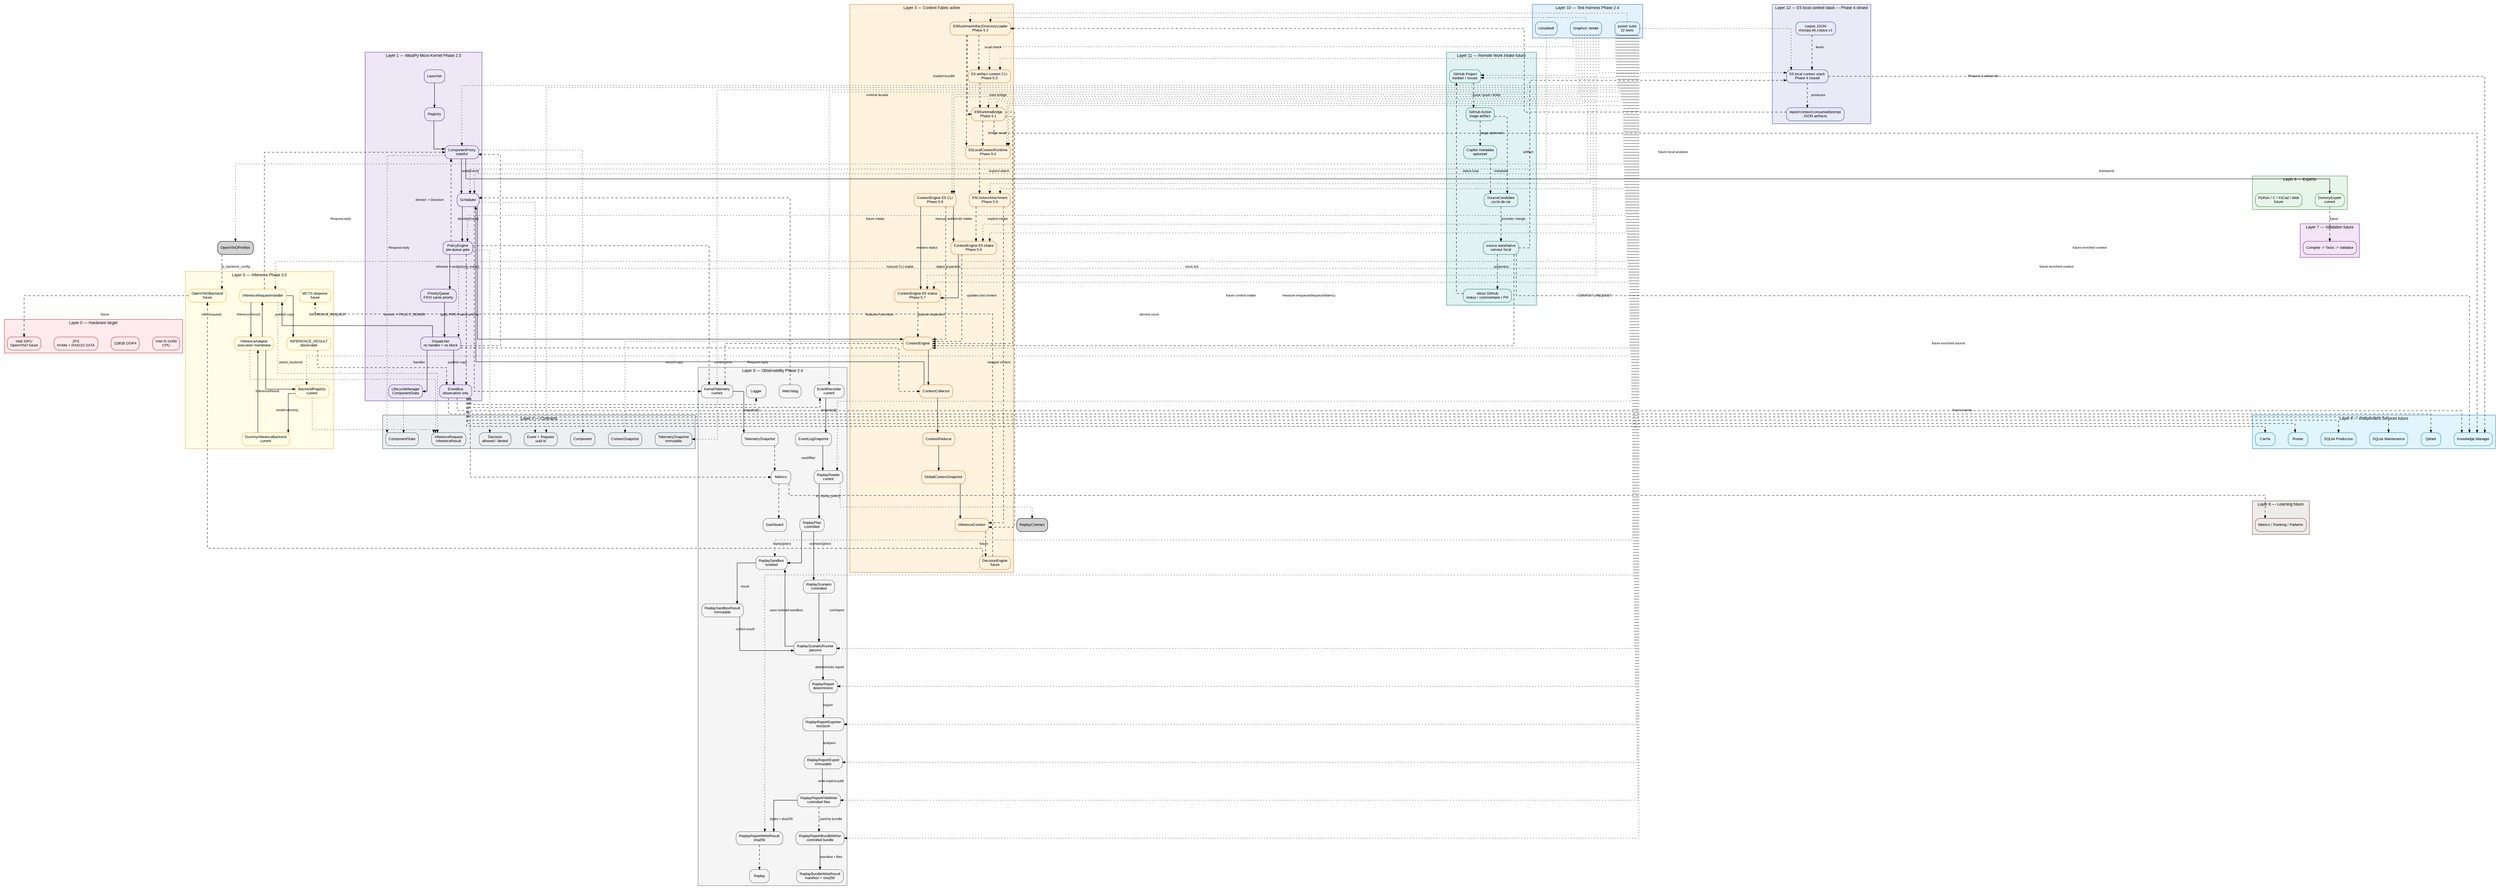
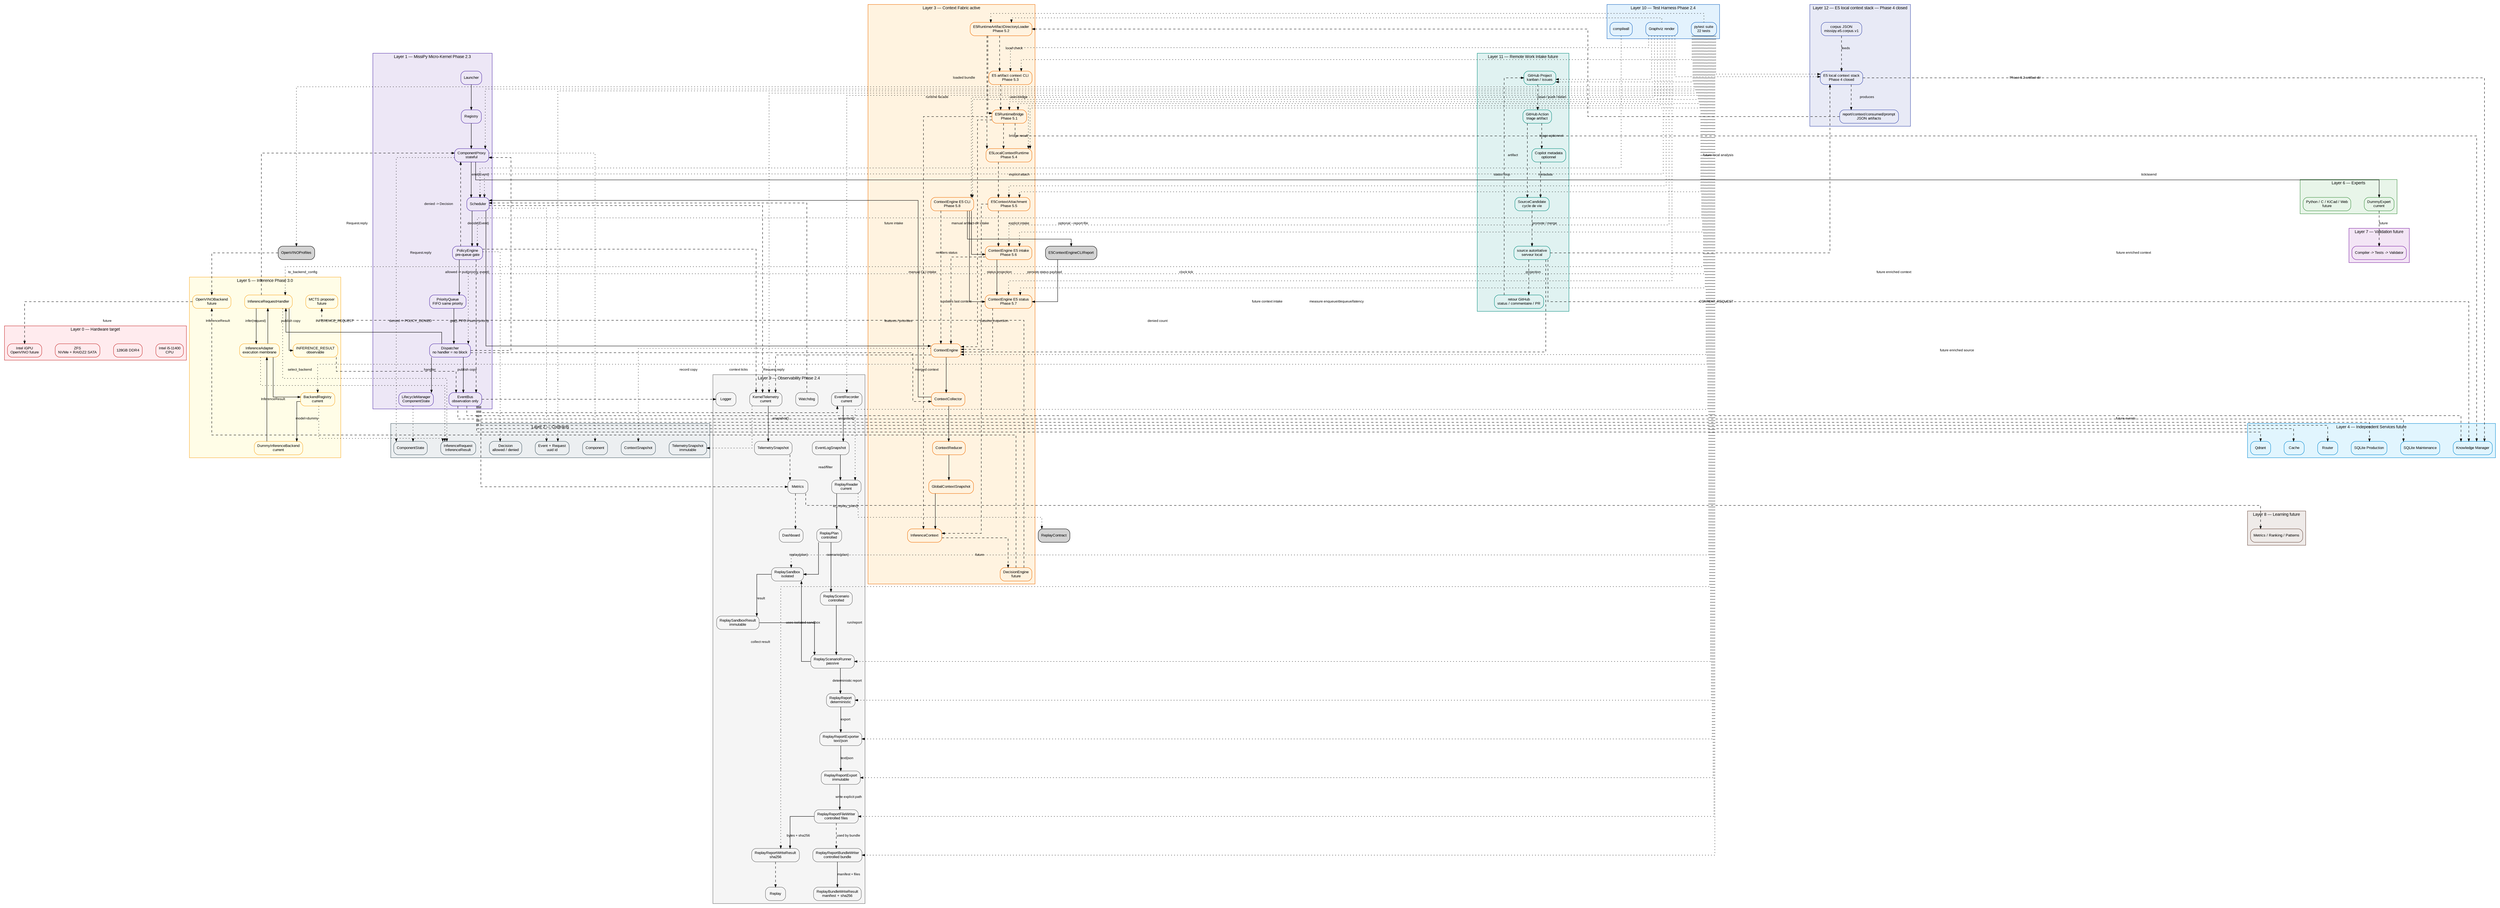
digraph Global {
    // ROADMAP_ID: global

    rankdir=TB;

    // ROADMAP_NOTE[phase2_5]:
    // BackendRegistry est ajouté au layer inference pour préparer
    // l’enregistrement explicite d’OpenVINO sans modifier le Scheduler.

    // ROADMAP_NOTE[phase3_0]:
    // OpenVINOModelProfileRegistry est ajouté pour décrire un ou plusieurs
    // modèles OpenVINO possibles avant de créer les backends exécutables.
    compound=true;
    splines=ortho;
    nodesep=0.5;
    ranksep=0.8;

    graph [fontname="Arial", fontsize=11];
    node [shape=box, style="rounded,filled", fontname="Arial", fontsize=10];
    edge [fontname="Arial", fontsize=9, arrowsize=0.7];

    // ROADMAP_NOTE[phase2_4]:
// ReplayReportBundleWriter ajoute un dossier de replay contrôlé :
// report.txt, report.json et manifest.json avec sha256. La roadmap DOT
// est aussi vérifiée par tests/docs/test_dot_links.py afin que les liens
// descente/remontée pointent vers des sources DOT existantes.
    // Le Layer 9 ajoute ReplayReportFileWriter après ReplayReportExport.
    // Cette étape persiste les exports texte/JSON vers chemins explicites.
    // Aucun répertoire n'est créé ni aucun fichier écrasé sans demande explicite.
    // Le writer reste passif et ne commande jamais le Scheduler vivant.


    // ROADMAP_NOTE[phase4_18_r2]:
    // GitHub Project Orchestrator est visible dans l'architecture globale.
    // Cette couche reste future et documentaire : pas d'API GitHub, pas de token,
    // pas de polling réseau et pas de dépendance Copilot dans le coeur.

    // ROADMAP_NOTE[phase4_19]:
    // La Phase 4 se clôt par un audit du moteur local E5 : corpus, recherche,
    // diagnostics, gates, rapports, contexte, consommation et prompt packet.
    // Le stack E5 reste hors Scheduler, hors Qdrant et hors backend de réponse.

    // ROADMAP_NOTE[phase4_20]:
    // Phase 4 clôturée : le moteur local E5 produit des artefacts déterministes
    // de recherche, contexte consommé et prompt packet. La Phase 5 peut brancher
    // ce socle au serveur local ou au Context Engine sans changer ces frontières.

    // ROADMAP_NOTE[phase5_2]:
    // E5RuntimeArtifactDirectoryLoader ajoute la bordure IO locale pour lire un
    // artifact-dir Phase 4 et réutiliser le pont pur E5RuntimeBridge. Aucun daemon,
    // réseau, Scheduler vivant, Qdrant ou LLM n'est introduit.


    // ROADMAP_NOTE[phase5_4]:
    // E5LocalContextRuntime ajoute une façade runtime locale stable au-dessus
    // du loader 5.2 et du bridge 5.1. Elle retourne un statut typé et un
    // InferenceContext sans CLI, daemon, réseau, Scheduler vivant, Qdrant ou LLM.

    // ROADMAP_NOTE[phase5_5]:
    // E5ContextAttachment fusionne explicitement un résultat runtime E5 local
    // avec un InferenceContext existant. Cette étape prépare l'intake futur du
    // ContextEngine sans lancer Scheduler, daemon, réseau, Qdrant ou LLM.

    // ROADMAP_NOTE[phase5_6]:
    // ContextEngine reçoit une entrée E5 explicite : artifact-dir ou runtime result
    // -> attachement -> last_inference_context. Aucun autoload, aucun Scheduler
    // vivant, aucun daemon, réseau, Qdrant ou LLM n'est introduit.

    // ROADMAP_NOTE[phase5_7]:
    // E5ContextEngineStatus ajoute une projection passive et sérialisable
    // de l'état E5 attaché au ContextEngine. Elle ne lit aucun fichier,
    // ne mute aucun contexte et ne déclenche aucun Scheduler/backend.

    // ROADMAP_NOTE[phase5_8]:
    // E5ContextEngineCLI ajoute une bordure manuelle : artifact-dir ->
    // ContextEngine.attach_e5_artifact_dir() -> E5ContextEngineStatus. Elle
    // ne lance aucun Scheduler vivant, daemon, réseau, Qdrant ou LLM.
+ 
+ 
+     // ROADMAP_NOTE[phase5_9]:
+     // E5ContextEngineCLIReport ajoute --report-file à la bordure CLI 5.8.
+     // La commande existante peut persister son payload intake + status en JSON
+     // atomique sans nouvelle surface CLI, Scheduler vivant, réseau, Qdrant ou LLM.

    // ROADMAP_NOTE[phase5_3]:
    // E5 artifact context CLI ajoute une bordure de vérification locale pour
    // afficher l'InferenceContext construit depuis un artifact-dir, sans daemon,
    // réseau, Scheduler vivant, Qdrant ou LLM.

    subgraph cluster_L0 {
        label="Layer 0 — Hardware target";
        color="#c62828";
        bgcolor="#ffebee";
        node [fillcolor="#ffebee", color="#c62828"];
        CPU [label="Intel i5-11400\nCPU"];
        RAM [label="128GB DDR4"];
        Storage [label="ZFS\nNVMe + RAIDZ2 SATA"];
        GPU [label="Intel iGPU\nOpenVINO future"];
    }

    subgraph cluster_L1 {
        label="Layer 1 — MissiPy Micro-Kernel Phase 2.3";
        color="#512da8";
        bgcolor="#ede7f6";
        node [fillcolor="#ede7f6", color="#512da8"];
        Launcher [URL="scheduler/10_scheduler.svg", tooltip="Zoom Scheduler"];
        Registry [URL="scheduler/10_scheduler.svg", tooltip="Registry"];
        Proxy [label="ComponentProxy\nstateful", URL="scheduler/component_proxy/14_component_proxy.svg", tooltip="Runtime proxy"];
        Scheduler [URL="scheduler/10_scheduler.svg", tooltip="Zoom Scheduler"];
        Policy [label="PolicyEngine\npre-queue gate", URL="scheduler/10_scheduler.svg"];
        Queue [label="PriorityQueue\nFIFO same priority", URL="scheduler/priority_queue/13_priority_queue.svg"];
        Dispatcher [label="Dispatcher\nno handler = no block", URL="scheduler/dispatcher/11_dispatcher.svg"];
        EventBus [label="EventBus\nobservation only", URL="scheduler/event_bus/12_event_bus.svg"];
        Lifecycle [label="LifecycleManager\nComponentState", URL="scheduler/10_scheduler.svg"];
    }

    subgraph cluster_L2 {
        label="Layer 2 — Contracts";
        color="#455a64";
        bgcolor="#eceff1";
        node [fillcolor="#eceff1", color="#455a64"];
        EventContract [label="Event + Request\nuuid id"];
        LifecycleContract [label="ComponentState"];
        ComponentContract [label="Component"];
        ContextContract [label="ContextSnapshot"];
        InferenceContract [label="InferenceRequest\nInferenceResult"];
        PolicyContract [label="Decision\nallowed / denied"];
        TelemetryContract [label="TelemetrySnapshot\nimmutable"];
    }

    subgraph cluster_L3 {
        label="Layer 3 — Context Fabric active";
        color="#ef6c00";
        bgcolor="#fff3e0";
        node [fillcolor="#fff3e0", color="#ef6c00"];
        ContextEngine [label="ContextEngine", URL="context/20_context.svg"];
        Collector [label="ContextCollector", URL="context/20_context.svg"];
        Reducer [label="ContextReducer", URL="context/20_context.svg"];
        Snapshot [label="GlobalContextSnapshot", URL="context/20_context.svg"];
        InferenceCtx [label="InferenceContext", URL="context/20_context.svg"];
        E5RuntimeBridge [label="E5RuntimeBridge\nPhase 5.1", URL="context/25_e5_runtime_bridge.svg"];
        E5ArtifactLoader [label="E5RuntimeArtifactDirectoryLoader\nPhase 5.2", URL="context/26_e5_artifact_directory_loader.svg"];
        E5ArtifactContextCLI [label="E5 artifact context CLI\nPhase 5.3", URL="context/27_e5_artifact_context_cli.svg"];
        E5LocalRuntime [label="E5LocalContextRuntime\nPhase 5.4", URL="context/28_e5_local_context_runtime.svg"];
        E5ContextAttachment [label="E5ContextAttachment\nPhase 5.5", URL="context/29_e5_context_attachment.svg"];
        E5ContextEngineIntake [label="ContextEngine E5 intake\nPhase 5.6", URL="context/30_e5_context_engine_intake.svg"];
        E5ContextEngineStatus [label="ContextEngine E5 status\nPhase 5.7", URL="context/31_e5_context_engine_status.svg"];
        E5ContextEngineCLI [label="ContextEngine E5 CLI\nPhase 5.8", URL="context/32_e5_context_engine_cli.svg"];
        Decision [label="DecisionEngine\nfuture", URL="context/20_context.svg"];
    }

    E5ContextEngineIntake -> E5ContextEngineStatus [label="status projection"];
    E5ContextEngineCLI -> E5ContextEngineIntake [label="manual artifact-dir intake"];
    E5ContextEngineCLI -> E5ContextEngineStatus [label="renders status"];
+     E5ContextEngineCLI -> E5ContextEngineCLIReport [label="optional --report-file"];
+     E5ContextEngineCLIReport -> E5ContextEngineStatus [label="persists status payload"];

    subgraph cluster_L4 {
        label="Layer 4 — Independent Services future";
        color="#0288d1";
        bgcolor="#e1f5fe";
        node [fillcolor="#e1f5fe", color="#0288d1"];
        Router [URL="services/30_services.svg"];
        SQLiteProd [label="SQLite Production", URL="services/30_services.svg"];
        SQLiteMaint [label="SQLite Maintenance", URL="services/30_services.svg"];
        Qdrant [URL="services/30_services.svg"];
        Cache [URL="services/30_services.svg"];
        Knowledge [label="Knowledge Manager", URL="services/30_services.svg"];
    }

    subgraph cluster_L5 {
        label="Layer 5 — Inference Phase 3.0";
        color="#f9a825";
        bgcolor="#fffde7";
        node [fillcolor="#fffde7", color="#f9a825"];
        InferenceHandler [label="InferenceRequestHandler", URL="inference/40_inference.svg"];
        InferenceAdapter [label="InferenceAdapter\nexecution membrane", URL="inference/40_inference.svg"];
        BackendRegistry [label="BackendRegistry\ncurrent", URL="inference/40_inference.svg"];
        DummyBackend [label="DummyInferenceBackend\ncurrent", URL="inference/40_inference.svg"];
        InferenceResult [label="INFERENCE_RESULT\nobservable", URL="inference/40_inference.svg"];
        OpenVINO [label="OpenVINOBackend\nfuture", URL="inference/40_inference.svg"];
        MCTS [label="MCTS proposer\nfuture"];
    }

    subgraph cluster_L6 {
        label="Layer 6 — Experts";
        color="#388e3c";
        bgcolor="#e8f5e9";
        node [fillcolor="#e8f5e9", color="#388e3c"];
        Dummy [label="DummyExpert\ncurrent", URL="experts/40_experts.svg"];
        ExpertsFuture [label="Python / C / KiCad / Web\nfuture", URL="experts/40_experts.svg"];
    }

    subgraph cluster_L7 {
        label="Layer 7 — Validation future";
        color="#7b1fa2";
        bgcolor="#f3e5f5";
        node [fillcolor="#f3e5f5", color="#7b1fa2"];
        Validation [label="Compiler -> Tests -> Validator", URL="validation/50_validation.svg"];
    }

    subgraph cluster_L8 {
        label="Layer 8 — Learning future";
        color="#6d4c41";
        bgcolor="#efebe9";
        node [fillcolor="#efebe9", color="#6d4c41"];
        Learning [label="Metrics / Ranking / Patterns", URL="learning/60_learning.svg"];
    }

    subgraph cluster_L9 {
        label="Layer 9 — Observability Phase 2.4";
        color="#666666";
        bgcolor="#f5f5f5";
        node [fillcolor="#f5f5f5", color="#666666"];
        Logger [URL="observability/70_observability.svg"];
        KernelTelemetry [label="KernelTelemetry
current", URL="observability/70_observability.svg"];
        TelemetrySnapshot [label="TelemetrySnapshot", URL="observability/70_observability.svg"];
        EventRecorder [label="EventRecorder
current", URL="observability/70_observability.svg"];
        EventLogSnapshot [label="EventLogSnapshot", URL="observability/70_observability.svg"];
        ReplayReader [label="ReplayReader
current", URL="observability/70_observability.svg"];
        ReplayPlan [label="ReplayPlan
controlled", URL="observability/70_observability.svg"];
        ReplaySandbox [label="ReplaySandbox
isolated", URL="observability/70_observability.svg"];
        ReplaySandboxResult [label="ReplaySandboxResult
immutable", URL="observability/70_observability.svg"];
        ReplayScenario [label="ReplayScenario
controlled", URL="observability/70_observability.svg"];
        ReplayScenarioRunner [label="ReplayScenarioRunner
passive", URL="observability/70_observability.svg"];
        ReplayReport [label="ReplayReport
deterministic", URL="observability/70_observability.svg"];
        ReplayReportExporter [label="ReplayReportExporter
text/json", URL="observability/70_observability.svg"];
        ReplayReportExport [label="ReplayReportExport
immutable", URL="observability/70_observability.svg"];
        ReplayReportFileWriter [label="ReplayReportFileWriter
controlled files", URL="observability/70_observability.svg"];
        ReplayReportWriteResult [label="ReplayReportWriteResult
sha256", URL="observability/70_observability.svg"];
        ReplayReportBundleWriter [label="ReplayReportBundleWriter
controlled bundle", URL="observability/70_observability.svg"];
        ReplayBundleWriteResult [label="ReplayBundleWriteResult
manifest + sha256", URL="observability/70_observability.svg"];
        Metrics [URL="observability/70_observability.svg"];
        Replay [URL="observability/70_observability.svg"];
        Dashboard [URL="observability/70_observability.svg"];
        Watchdog [URL="observability/70_observability.svg"];
    }

    subgraph cluster_L10 {
        label="Layer 10 — Test Harness Phase 2.4";
        color="#1565c0";
        bgcolor="#e3f2fd";
        node [fillcolor="#e3f2fd", color="#1565c0"];
        Pytest [label="pytest suite\n22 tests", URL="tests/80_tests.svg"];
        CompileAll [label="compileall"];
        DotRender [label="Graphviz render"];
    }



    subgraph cluster_L11 {
        label="Layer 11 — Remote Work Intake future";
        color="#00897b";
        bgcolor="#e0f2f1";
        node [fillcolor="#e0f2f1", color="#00897b"];
        GitHubProject [label="GitHub Project
kanban / issues", URL="integrations/90_github_project_orchestrator.svg"];
        GitHubAction [label="GitHub Action
triage artifact", URL="integrations/90_github_project_orchestrator.svg"];
        CopilotMetadata [label="Copilot metadata
optionnel", URL="integrations/90_github_project_orchestrator.svg"];
        SourceCandidate [label="SourceCandidate
cycle de vie", URL="integrations/91_source_candidate_lifecycle.svg"];
        LocalAuthority [label="source autoritative
serveur local", URL="integrations/91_source_candidate_lifecycle.svg"];
        GitHubFeedback [label="retour GitHub
status / commentaire / PR", URL="integrations/90_github_project_orchestrator.svg"];
    }

    subgraph cluster_L12 {
        label="Layer 12 — E5 local context stack — Phase 4 closed";
        color="#3949ab";
        bgcolor="#e8eaf6";
        node [fillcolor="#e8eaf6", color="#3949ab"];
        E5LocalStack [label="E5 local context stack
Phase 4 closed", URL="inference/74_e5_phase4_closure.svg"];
        E5Corpus [label="corpus JSON
missipy.e5.corpus.v1", URL="inference/73_e5_phase4_final_audit.svg"];
        E5Reports [label="report/context/consumed/prompt
JSON artifacts", URL="inference/74_e5_phase4_closure.svg"];
    }

    Launcher -> Registry;
    Registry -> Proxy;
    Proxy -> Scheduler [label="emit(Event)"];
    Scheduler -> Policy [label="decide(Event)"];
    Policy -> Queue [label="allowed -> put(priority, event)"];
    Policy -> EventBus [label="denied -> POLICY_DENIED", style=dashed];
    Policy -> Proxy [label="denied -> Decision", style=dashed];
    Queue -> Dispatcher [label="get(), FIFO if same priority"];
    Dispatcher -> Lifecycle [label="handler"];
    Dispatcher -> EventBus [label="publish copy"];
    Dispatcher -> Proxy [label="Request.reply", style=dashed];

    Lifecycle -> LifecycleContract [style=dotted];
    Proxy -> LifecycleContract [style=dotted];

    Scheduler -> ContextEngine [label="clock tick"];
    ContextEngine -> Collector;
    Collector -> Scheduler [label="CONTEXT_REQUEST"];
    Dispatcher -> Collector [label="Request.reply", style=dashed];
    Collector -> Reducer;
    Reducer -> Snapshot;
    Snapshot -> InferenceCtx;
    InferenceCtx -> Decision [style=dashed, label="future"];

    Scheduler -> EventContract [style=dotted];
    Policy -> PolicyContract [style=dotted];
    KernelTelemetry -> TelemetryContract [style=dotted];
    Proxy -> ComponentContract [style=dotted];
    ContextEngine -> ContextContract [style=dotted];
    InferenceHandler -> InferenceContract [style=dotted];
    ReplayReader -> ReplayContract [style=dotted];
    InferenceAdapter -> InferenceContract [style=dotted];
    BackendRegistry -> InferenceContract [style=dotted];

    Proxy -> Dummy [label="tick/asend"];

    Dispatcher -> InferenceHandler [label="INFERENCE_REQUEST"];
    InferenceHandler -> InferenceAdapter [label="infer(request)"];
    InferenceAdapter -> BackendRegistry [label="select_backend"];
    BackendRegistry -> DummyBackend [label="model=dummy"];
    DummyBackend -> InferenceAdapter [label="InferenceResult"];
    InferenceAdapter -> InferenceHandler [label="InferenceResult"];
    InferenceHandler -> InferenceResult [label="publish copy"];
    InferenceHandler -> Proxy [label="Request.reply", style=dashed];
    InferenceResult -> EventBus [style=dashed];
    OpenVINOProfiles -> OpenVINO [style=dashed, label="to_backend_config"];
    OpenVINO -> GPU [style=dashed, label="future"];
    E5Corpus -> E5LocalStack [style=dashed, label="feeds"];
    E5LocalStack -> E5Reports [style=dashed, label="produces"];
    E5Reports -> E5ArtifactLoader [style=dashed, label="Phase 5.2 artifact-dir"];
    E5ArtifactLoader -> E5RuntimeBridge [style=dashed, label="loaded bundle"];
    E5ArtifactLoader -> E5ArtifactContextCLI [style=dashed, label="local check"];
    E5ArtifactContextCLI -> E5RuntimeBridge [style=dashed, label="uses bridge"];
    E5ArtifactLoader -> E5LocalRuntime [style=dashed, label="runtime facade"];
    E5RuntimeBridge -> E5LocalRuntime [style=dashed, label="bridge result"];
    E5LocalRuntime -> E5ContextAttachment [style=dashed, label="explicit attach"];
    E5ContextAttachment -> InferenceCtx [style=dashed, label="merged context"];
    E5RuntimeBridge -> InferenceCtx [style=dashed, label="features / priorities"];
    E5ContextAttachment -> E5ContextEngineIntake [style=dashed, label="explicit intake"];
    E5ContextEngineIntake -> ContextEngine [style=dashed, label="updates last context"];
    E5ContextEngineStatus -> ContextEngine [style=dashed, label="passive inspection"];
    E5ContextEngineCLI -> ContextEngine [style=dashed, label="manual CLI intake"];
    E5RuntimeBridge -> ContextEngine [style=dashed, label="future intake"];
    E5RuntimeBridge -> Knowledge [style=dashed, label="future enriched context"];
    E5LocalStack -> Knowledge [style=dashed, label="future enriched context"];

    Scheduler -> KernelTelemetry [style=dashed, label="measure enqueue/dequeue/latency"];
    Policy -> KernelTelemetry [style=dashed, label="denied count"];
    ContextEngine -> KernelTelemetry [style=dashed, label="context ticks"];
    KernelTelemetry -> TelemetrySnapshot [label="snapshot()"];
    TelemetrySnapshot -> Metrics [style=dashed];

    EventBus -> Logger [style=dashed];
    EventBus -> Metrics [style=dashed];
    EventBus -> EventRecorder [style=dashed, label="record copy"];
    EventRecorder -> EventLogSnapshot [label="snapshot()"];
    EventLogSnapshot -> ReplayReader [label="read/filter"];
    ReplayReader -> ReplayPlan [label="to_replay_plan()"];
    ReplayPlan -> ReplaySandbox [label="replay(plan)"];
    ReplaySandbox -> ReplaySandboxResult [label="result"];
    ReplayPlan -> ReplayScenario [label="scenario(plan)"];
    ReplayScenario -> ReplayScenarioRunner [label="run/report"];
    ReplayScenarioRunner -> ReplaySandbox [label="uses isolated sandbox"];
    ReplaySandboxResult -> ReplayScenarioRunner [label="collect result"];
    ReplayScenarioRunner -> ReplayReport [label="deterministic report"];
    ReplayReport -> ReplayReportExporter [label="export"];
    ReplayReportExporter -> ReplayReportExport [label="text/json"];
    ReplayReportExport -> ReplayReportFileWriter [label="write explicit path"];
    ReplayReportFileWriter -> ReplayReportWriteResult [label="bytes + sha256"];
    ReplayReportFileWriter -> ReplayReportBundleWriter [style=dashed, label="used by bundle"];
    ReplayReportBundleWriter -> ReplayBundleWriteResult [label="manifest + files"];
    ReplayReportWriteResult -> Replay [style=dashed];
    Metrics -> Dashboard [style=dashed];
    Watchdog -> Scheduler [style=dashed];

    Pytest -> EventContract [style=dotted];
    Pytest -> Dispatcher [style=dotted];
    Pytest -> Proxy [style=dotted];
    Pytest -> ContextEngine [style=dotted];
    Pytest -> InferenceHandler [style=dotted];
    Pytest -> BackendRegistry [style=dotted];
    Pytest -> OpenVINOProfiles [style=dotted];
    Pytest -> Policy [style=dotted];
    Pytest -> KernelTelemetry [style=dotted];
    Pytest -> EventRecorder [style=dotted];
    Pytest -> ReplayReader [style=dotted];
    Pytest -> ReplaySandbox [style=dotted];
    Pytest -> ReplayScenarioRunner [style=dotted];
    Pytest -> ReplayReport [style=dotted];
    Pytest -> ReplayReportExporter [style=dotted];
    Pytest -> ReplayReportExport [style=dotted];
    Pytest -> ReplayReportFileWriter [style=dotted];
    Pytest -> ReplayReportBundleWriter [style=dotted];
    Pytest -> ReplayReportWriteResult [style=dotted];
    CompileAll -> Scheduler [style=dotted];
    DotRender -> Scheduler [style=dotted];

    EventBus -> Router [style=dashed, label="future events"];
    EventBus -> SQLiteProd [style=dashed];
    EventBus -> SQLiteMaint [style=dashed];
    EventBus -> Qdrant [style=dashed];
    EventBus -> Cache [style=dashed];
    EventBus -> Knowledge [style=dashed];
    Decision -> OpenVINO [style=dashed];
    Decision -> MCTS [style=dashed];
    Dummy -> Validation [style=dashed, label="future"];
    Metrics -> Learning [style=dashed];

    GitHubProject -> GitHubAction [style=dashed, label="issue / push / ticket"];
    GitHubAction -> CopilotMetadata [style=dashed, label="triage optionnel"];
    CopilotMetadata -> SourceCandidate [style=dashed, label="metadata"];
    GitHubAction -> SourceCandidate [style=dashed, label="artifact"];
    SourceCandidate -> LocalAuthority [style=dashed, label="promote / merge"];
    LocalAuthority -> E5LocalStack [style=dashed, label="future local analysis"];
    LocalAuthority -> ContextEngine [style=dashed, label="future context intake"];
    LocalAuthority -> Knowledge [style=dashed, label="future enriched source"];
    LocalAuthority -> GitHubFeedback [style=dashed, label="projection"];
    GitHubFeedback -> GitHubProject [style=dashed, label="status loop"];
    Pytest -> GitHubProject [style=dotted];
    Pytest -> E5LocalStack [style=dotted];
    Pytest -> E5RuntimeBridge [style=dotted];
    Pytest -> E5ArtifactLoader [style=dotted];
    Pytest -> E5ArtifactContextCLI [style=dotted];
    Pytest -> E5LocalRuntime [style=dotted];
    Pytest -> E5ContextAttachment [style=dotted];
    Pytest -> E5ContextEngineIntake [style=dotted];
    Pytest -> E5ContextEngineStatus [style=dotted];
    Pytest -> E5ContextEngineCLI [style=dotted];
    DotRender -> GitHubProject [style=dotted];
    DotRender -> E5LocalStack [style=dotted];
    DotRender -> E5RuntimeBridge [style=dotted];
    DotRender -> E5ArtifactLoader [style=dotted];
    DotRender -> E5ArtifactContextCLI [style=dotted];
    DotRender -> E5LocalRuntime [style=dotted];
    DotRender -> E5ContextAttachment [style=dotted];
    DotRender -> E5ContextEngineIntake [style=dotted];
    DotRender -> E5ContextEngineStatus [style=dotted];
    DotRender -> E5ContextEngineCLI [style=dotted];
}

